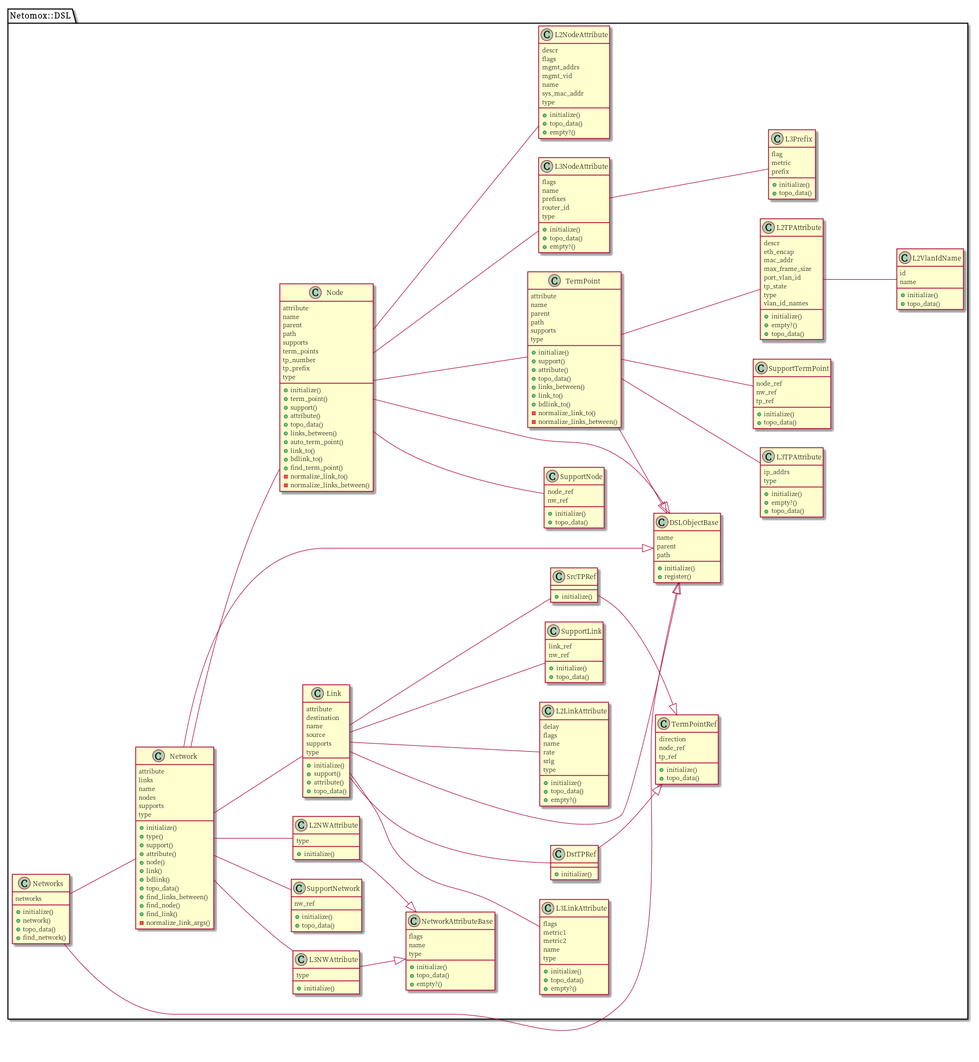
Earlier version of the PlantUML export fig/dsl.png (corestate55/netomox).
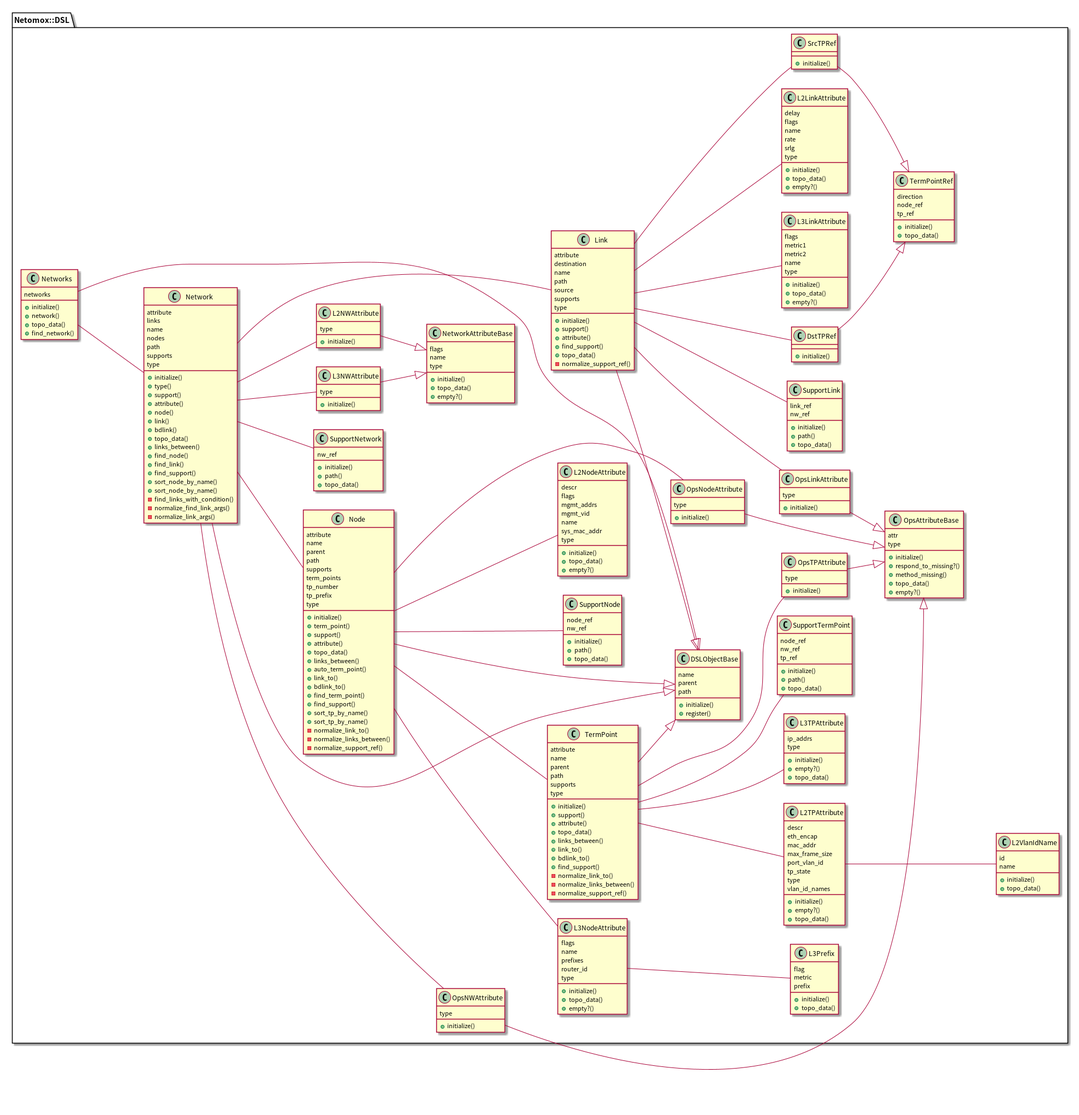
Later version of the same file.

Change to the diagram source:
```diff
@@ -1,6 +1,73 @@
 @startuml
 left to right direction
 set namespaceSeparator ::
+class Netomox::DSL::SupportTermPoint {
+  +initialize()
+  +path()
+  +topo_data()
+  node_ref
+  nw_ref
+  tp_ref
+}
+class Netomox::DSL::TermPoint {
+  +initialize()
+  +support()
+  +attribute()
+  +topo_data()
+  +links_between()
+  +link_to()
+  +bdlink_to()
+  +find_support()
+  -normalize_link_to()
+  -normalize_links_between()
+  -normalize_support_ref()
+  attribute
+  name
+  parent
+  path
+  supports
+  type
+}
+Netomox::DSL::TermPoint --|> Netomox::DSL::DSLObjectBase
+Netomox::DSL::TermPoint --- Netomox::DSL::L2TPAttribute
+Netomox::DSL::TermPoint --- Netomox::DSL::L3TPAttribute
+Netomox::DSL::TermPoint --- Netomox::DSL::OpsTPAttribute
+Netomox::DSL::TermPoint --- Netomox::DSL::SupportTermPoint
+class Netomox::DSL::L3LinkAttribute {
+  +initialize()
+  +topo_data()
+  +empty?()
+  flags
+  metric1
+  metric2
+  name
+  type
+}
+class Netomox::DSL::L2LinkAttribute {
+  +initialize()
+  +topo_data()
+  +empty?()
+  delay
+  flags
+  name
+  rate
+  srlg
+  type
+}
+class Netomox::DSL::OpsLinkAttribute {
+  +initialize()
+  type
+}
+Netomox::DSL::OpsLinkAttribute --|> Netomox::DSL::OpsAttributeBase
+class Netomox::DSL::OpsAttributeBase {
+  +initialize()
+  +respond_to_missing?()
+  +method_missing()
+  +topo_data()
+  +empty?()
+  attr
+  type
+}
 class Netomox::DSL::Networks {
   +initialize()
   +network()
@@ -10,6 +77,97 @@
 }
 Netomox::DSL::Networks --|> Netomox::DSL::DSLObjectBase
 Netomox::DSL::Networks --- Netomox::DSL::Network
+class Netomox::DSL::DSLObjectBase {
+  +initialize()
+  +register()
+  name
+  parent
+  path
+}
+class Netomox::DSL::SupportNode {
+  +initialize()
+  +path()
+  +topo_data()
+  node_ref
+  nw_ref
+}
+class Netomox::DSL::Node {
+  +initialize()
+  +term_point()
+  +support()
+  +attribute()
+  +topo_data()
+  +links_between()
+  +auto_term_point()
+  +link_to()
+  +bdlink_to()
+  +find_term_point()
+  +find_support()
+  +sort_tp_by_name()
+  +sort_tp_by_name()
+  -normalize_link_to()
+  -normalize_links_between()
+  -normalize_support_ref()
+  attribute
+  name
+  parent
+  path
+  supports
+  term_points
+  tp_number
+  tp_prefix
+  type
+}
+Netomox::DSL::Node --|> Netomox::DSL::DSLObjectBase
+Netomox::DSL::Node --- Netomox::DSL::L2NodeAttribute
+Netomox::DSL::Node --- Netomox::DSL::L3NodeAttribute
+Netomox::DSL::Node --- Netomox::DSL::OpsNodeAttribute
+Netomox::DSL::Node --- Netomox::DSL::SupportNode
+Netomox::DSL::Node --- Netomox::DSL::TermPoint
+class Netomox::DSL::SupportLink {
+  +initialize()
+  +path()
+  +topo_data()
+  link_ref
+  nw_ref
+}
+class Netomox::DSL::TermPointRef {
+  +initialize()
+  +topo_data()
+  direction
+  node_ref
+  tp_ref
+}
+class Netomox::DSL::SrcTPRef {
+  +initialize()
+}
+Netomox::DSL::SrcTPRef --|> Netomox::DSL::TermPointRef
+class Netomox::DSL::DstTPRef {
+  +initialize()
+}
+Netomox::DSL::DstTPRef --|> Netomox::DSL::TermPointRef
+class Netomox::DSL::Link {
+  +initialize()
+  +support()
+  +attribute()
+  +find_support()
+  +topo_data()
+  -normalize_support_ref()
+  attribute
+  destination
+  name
+  path
+  source
+  supports
+  type
+}
+Netomox::DSL::Link --|> Netomox::DSL::DSLObjectBase
+Netomox::DSL::Link --- Netomox::DSL::DstTPRef
+Netomox::DSL::Link --- Netomox::DSL::L2LinkAttribute
+Netomox::DSL::Link --- Netomox::DSL::L3LinkAttribute
+Netomox::DSL::Link --- Netomox::DSL::OpsLinkAttribute
+Netomox::DSL::Link --- Netomox::DSL::SrcTPRef
+Netomox::DSL::Link --- Netomox::DSL::SupportLink
 class Netomox::DSL::L2VlanIdName {
   +initialize()
   +topo_data()
@@ -37,184 +195,11 @@
   ip_addrs
   type
 }
-class Netomox::DSL::L3LinkAttribute {
-  +initialize()
-  +topo_data()
-  +empty?()
-  flags
-  metric1
-  metric2
-  name
-  type
-}
-class Netomox::DSL::L2LinkAttribute {
-  +initialize()
-  +topo_data()
-  +empty?()
-  delay
-  flags
-  name
-  rate
-  srlg
-  type
-}
-class Netomox::DSL::SupportNode {
-  +initialize()
-  +topo_data()
-  node_ref
-  nw_ref
-}
-class Netomox::DSL::Node {
-  +initialize()
-  +term_point()
-  +support()
-  +attribute()
-  +topo_data()
-  +links_between()
-  +auto_term_point()
-  +link_to()
-  +bdlink_to()
-  +find_term_point()
-  -normalize_link_to()
-  -normalize_links_between()
-  attribute
-  name
-  parent
-  path
-  supports
-  term_points
-  tp_number
-  tp_prefix
-  type
-}
-Netomox::DSL::Node --|> Netomox::DSL::DSLObjectBase
-Netomox::DSL::Node --- Netomox::DSL::L2NodeAttribute
-Netomox::DSL::Node --- Netomox::DSL::L3NodeAttribute
-Netomox::DSL::Node --- Netomox::DSL::SupportNode
-Netomox::DSL::Node --- Netomox::DSL::TermPoint
-class Netomox::DSL::NetworkAttributeBase {
-  +initialize()
-  +topo_data()
-  +empty?()
-  flags
-  name
-  type
-}
-class Netomox::DSL::L3NWAttribute {
+class Netomox::DSL::OpsTPAttribute {
   +initialize()
   type
 }
-Netomox::DSL::L3NWAttribute --|> Netomox::DSL::NetworkAttributeBase
-class Netomox::DSL::L2NWAttribute {
-  +initialize()
-  type
-}
-Netomox::DSL::L2NWAttribute --|> Netomox::DSL::NetworkAttributeBase
-class Netomox::DSL::DSLObjectBase {
-  +initialize()
-  +register()
-  name
-  parent
-  path
-}
-class Netomox::DSL::SupportLink {
-  +initialize()
-  +topo_data()
-  link_ref
-  nw_ref
-}
-class Netomox::DSL::TermPointRef {
-  +initialize()
-  +topo_data()
-  direction
-  node_ref
-  tp_ref
-}
-class Netomox::DSL::SrcTPRef {
-  +initialize()
-}
-Netomox::DSL::SrcTPRef --|> Netomox::DSL::TermPointRef
-class Netomox::DSL::DstTPRef {
-  +initialize()
-}
-Netomox::DSL::DstTPRef --|> Netomox::DSL::TermPointRef
-class Netomox::DSL::Link {
-  +initialize()
-  +support()
-  +attribute()
-  +topo_data()
-  attribute
-  destination
-  name
-  source
-  supports
-  type
-}
-Netomox::DSL::Link --|> Netomox::DSL::DSLObjectBase
-Netomox::DSL::Link --- Netomox::DSL::DstTPRef
-Netomox::DSL::Link --- Netomox::DSL::L2LinkAttribute
-Netomox::DSL::Link --- Netomox::DSL::L3LinkAttribute
-Netomox::DSL::Link --- Netomox::DSL::SrcTPRef
-Netomox::DSL::Link --- Netomox::DSL::SupportLink
-class Netomox::DSL::SupportTermPoint {
-  +initialize()
-  +topo_data()
-  node_ref
-  nw_ref
-  tp_ref
-}
-class Netomox::DSL::TermPoint {
-  +initialize()
-  +support()
-  +attribute()
-  +topo_data()
-  +links_between()
-  +link_to()
-  +bdlink_to()
-  -normalize_link_to()
-  -normalize_links_between()
-  attribute
-  name
-  parent
-  path
-  supports
-  type
-}
-Netomox::DSL::TermPoint --|> Netomox::DSL::DSLObjectBase
-Netomox::DSL::TermPoint --- Netomox::DSL::L2TPAttribute
-Netomox::DSL::TermPoint --- Netomox::DSL::L3TPAttribute
-Netomox::DSL::TermPoint --- Netomox::DSL::SupportTermPoint
-class Netomox::DSL::SupportNetwork {
-  +initialize()
-  +topo_data()
-  nw_ref
-}
-class Netomox::DSL::Network {
-  +initialize()
-  +type()
-  +support()
-  +attribute()
-  +node()
-  +link()
-  +bdlink()
-  +topo_data()
-  +find_links_between()
-  +find_node()
-  +find_link()
-  -normalize_link_args()
-  attribute
-  links
-  name
-  nodes
-  supports
-  type
-}
-Netomox::DSL::Network --|> Netomox::DSL::DSLObjectBase
-Netomox::DSL::Network --- Netomox::DSL::L2NWAttribute
-Netomox::DSL::Network --- Netomox::DSL::L3NWAttribute
-Netomox::DSL::Network --- Netomox::DSL::Link
-Netomox::DSL::Network --- Netomox::DSL::Node
-Netomox::DSL::Network --- Netomox::DSL::SupportNetwork
+Netomox::DSL::OpsTPAttribute --|> Netomox::DSL::OpsAttributeBase
 class Netomox::DSL::L3Prefix {
   +initialize()
   +topo_data()
@@ -245,4 +230,71 @@
   sys_mac_addr
   type
 }
+class Netomox::DSL::OpsNodeAttribute {
+  +initialize()
+  type
+}
+Netomox::DSL::OpsNodeAttribute --|> Netomox::DSL::OpsAttributeBase
+class Netomox::DSL::SupportNetwork {
+  +initialize()
+  +path()
+  +topo_data()
+  nw_ref
+}
+class Netomox::DSL::Network {
+  +initialize()
+  +type()
+  +support()
+  +attribute()
+  +node()
+  +link()
+  +bdlink()
+  +topo_data()
+  +links_between()
+  +find_node()
+  +find_link()
+  +find_support()
+  +sort_node_by_name()
+  +sort_node_by_name()
+  -find_links_with_condition()
+  -normalize_find_link_args()
+  -normalize_link_args()
+  attribute
+  links
+  name
+  nodes
+  path
+  supports
+  type
+}
+Netomox::DSL::Network --|> Netomox::DSL::DSLObjectBase
+Netomox::DSL::Network --- Netomox::DSL::L2NWAttribute
+Netomox::DSL::Network --- Netomox::DSL::L3NWAttribute
+Netomox::DSL::Network --- Netomox::DSL::Link
+Netomox::DSL::Network --- Netomox::DSL::Node
+Netomox::DSL::Network --- Netomox::DSL::OpsNWAttribute
+Netomox::DSL::Network --- Netomox::DSL::SupportNetwork
+class Netomox::DSL::NetworkAttributeBase {
+  +initialize()
+  +topo_data()
+  +empty?()
+  flags
+  name
+  type
+}
+class Netomox::DSL::L3NWAttribute {
+  +initialize()
+  type
+}
+Netomox::DSL::L3NWAttribute --|> Netomox::DSL::NetworkAttributeBase
+class Netomox::DSL::L2NWAttribute {
+  +initialize()
+  type
+}
+Netomox::DSL::L2NWAttribute --|> Netomox::DSL::NetworkAttributeBase
+class Netomox::DSL::OpsNWAttribute {
+  +initialize()
+  type
+}
+Netomox::DSL::OpsNWAttribute --|> Netomox::DSL::OpsAttributeBase
 @enduml
```
